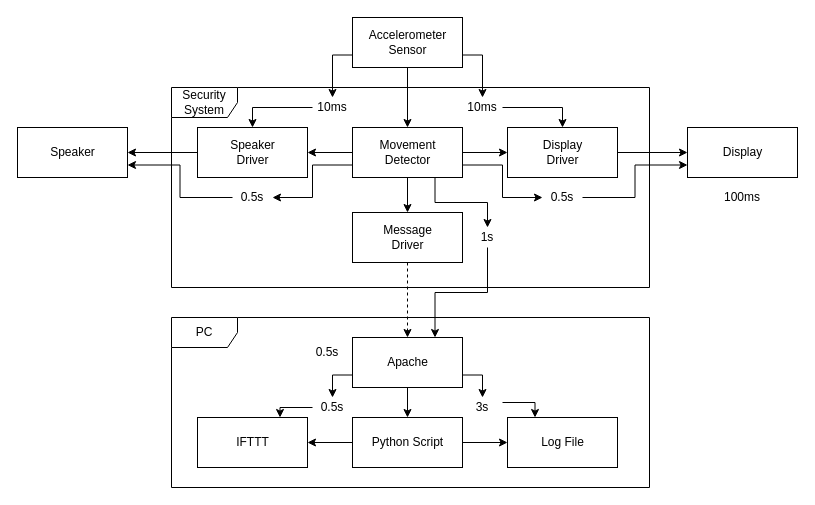
Before: Documents/Embedded Lab Project Block Diagram.drawio in LucasWagler/ECE-371-Project, a draw.io diagram. Source tidied: cells renumbered, new cells numbered last; positions are measured from the earlier drawing's top-left corner, leaving out a move shared by most shapes. Both pictures are drawn from the tidied source at 100%, with x=0, y=0 at pixel (17, 17).
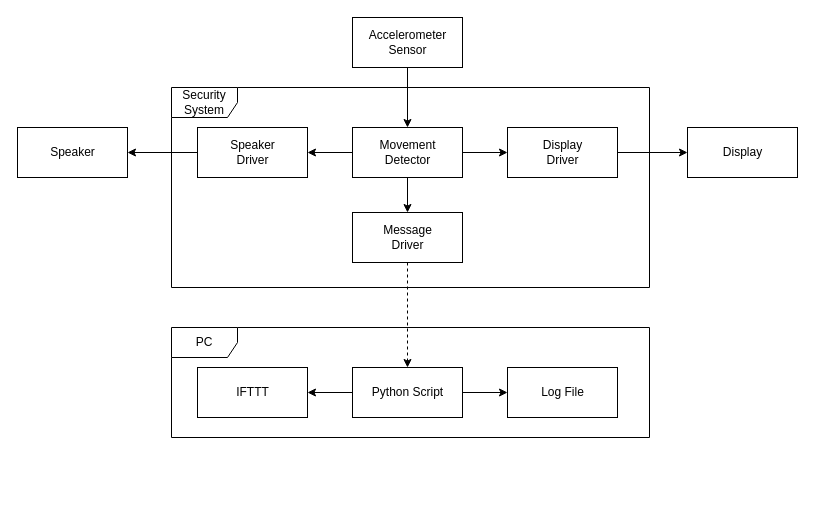
Above is the later version.

The change refers to these unchanged cells:
```xml
<mxCell id="5" value="Display&lt;br&gt;Driver" style="html=1;" parent="1" vertex="1">
  <mxGeometry x="490" y="110" width="110" height="50" as="geometry" />
</mxCell>
<mxCell id="12" value="Movement&lt;br&gt;Detector" style="html=1;" parent="1" vertex="1">
  <mxGeometry x="335" y="110" width="110" height="50" as="geometry" />
</mxCell>
<mxCell id="14" value="Speaker&lt;br&gt;Driver" style="html=1;" parent="1" vertex="1">
  <mxGeometry x="180" y="110" width="110" height="50" as="geometry" />
</mxCell>
<mxCell id="16" value="Message&lt;br&gt;Driver" style="html=1;" parent="1" vertex="1">
  <mxGeometry x="335" y="195" width="110" height="50" as="geometry" />
</mxCell>
<mxCell id="17" value="Display" style="html=1;" parent="1" vertex="1">
  <mxGeometry x="670" y="110" width="110" height="50" as="geometry" />
</mxCell>
<mxCell id="18" value="Speaker" style="html=1;" parent="1" vertex="1">
  <mxGeometry y="110" width="110" height="50" as="geometry" />
</mxCell>
<mxCell id="31" value="Accelerometer&lt;br&gt;Sensor" style="html=1;" parent="1" vertex="1">
  <mxGeometry x="335" width="110" height="50" as="geometry" />
</mxCell>
```

Diff of the diagram source:
```diff
@@
     <mxCell id="2" value="PC" style="shape=umlFrame;whiteSpace=wrap;html=1;width=66;height=30;" parent="1" vertex="1">
-      <mxGeometry x="154" y="300" width="478" height="170" as="geometry" />
+      <mxGeometry x="154" y="310" width="478" height="110" as="geometry" />
     </mxCell>
@@
-    <mxCell id="9" style="edgeStyle=orthogonalEdgeStyle;rounded=0;jettySize=auto;html=1;exitX=0;exitY=0.75;exitDx=0;exitDy=0;entryX=1;entryY=0.5;entryDx=0;entryDy=0;" parent="1" edge="1" source="12" target="37">
-      <mxGeometry relative="1" as="geometry" />
-    </mxCell>
-    <mxCell id="10" style="edgeStyle=orthogonalEdgeStyle;rounded=0;jettySize=auto;html=1;exitX=1;exitY=0.75;exitDx=0;exitDy=0;entryX=0;entryY=0.5;entryDx=0;entryDy=0;" parent="1" edge="1" source="12" target="39">
-      <mxGeometry relative="1" as="geometry" />
-    </mxCell>
-    <mxCell id="11" style="edgeStyle=orthogonalEdgeStyle;rounded=0;jettySize=auto;html=1;exitX=0.75;exitY=1;exitDx=0;exitDy=0;entryX=0.5;entryY=0;entryDx=0;entryDy=0;" parent="1" edge="1" source="12" target="42">
-      <mxGeometry relative="1" as="geometry" />
-    </mxCell>
@@
-    <mxCell id="15" style="edgeStyle=orthogonalEdgeStyle;rounded=0;jettySize=auto;html=1;exitX=0.5;exitY=1;exitDx=0;exitDy=0;entryX=0.5;entryY=0;entryDx=0;entryDy=0;dashed=1;" parent="1" edge="1" source="16" target="22">
+    <mxCell id="15" style="edgeStyle=orthogonalEdgeStyle;rounded=0;jettySize=auto;html=1;exitX=0.5;exitY=1;exitDx=0;exitDy=0;entryX=0.5;entryY=0;entryDx=0;entryDy=0;dashed=1;" parent="1" edge="1" source="16" target="25">
       <mxGeometry relative="1" as="geometry" />
     </mxCell>
@@
-    <mxCell id="19" style="edgeStyle=orthogonalEdgeStyle;rounded=0;jettySize=auto;html=1;exitX=0.5;exitY=1;exitDx=0;exitDy=0;entryX=0.5;entryY=0;entryDx=0;entryDy=0;" parent="1" edge="1" source="22" target="25">
-      <mxGeometry relative="1" as="geometry" />
-    </mxCell>
-    <mxCell id="20" style="edgeStyle=orthogonalEdgeStyle;rounded=0;jettySize=auto;html=1;exitX=1;exitY=0.75;exitDx=0;exitDy=0;entryX=0.5;entryY=0;entryDx=0;entryDy=0;" parent="1" edge="1" source="22" target="44">
-      <mxGeometry relative="1" as="geometry" />
-    </mxCell>
-    <mxCell id="21" style="edgeStyle=orthogonalEdgeStyle;rounded=0;jettySize=auto;html=1;exitX=0;exitY=0.75;exitDx=0;exitDy=0;entryX=0.5;entryY=0;entryDx=0;entryDy=0;" parent="1" edge="1" source="22" target="47">
-      <mxGeometry relative="1" as="geometry" />
-    </mxCell>
-    <mxCell id="22" value="Apache" style="html=1;" parent="1" vertex="1">
-      <mxGeometry x="335" y="320" width="110" height="50" as="geometry" />
-    </mxCell>
@@
     <mxCell id="25" value="Python Script" style="html=1;" parent="1" vertex="1">
-      <mxGeometry x="335" y="400" width="110" height="50" as="geometry" />
+      <mxGeometry x="335" y="350" width="110" height="50" as="geometry" />
     </mxCell>
     <mxCell id="26" value="IFTTT" style="html=1;" parent="1" vertex="1">
-      <mxGeometry x="180" y="400" width="110" height="50" as="geometry" />
+      <mxGeometry x="180" y="350" width="110" height="50" as="geometry" />
     </mxCell>
     <mxCell id="27" value="Log File" style="html=1;" parent="1" vertex="1">
-      <mxGeometry x="490" y="400" width="110" height="50" as="geometry" />
+      <mxGeometry x="490" y="350" width="110" height="50" as="geometry" />
     </mxCell>
@@
-    <mxCell id="29" style="edgeStyle=orthogonalEdgeStyle;rounded=0;jettySize=auto;html=1;exitX=1;exitY=0.75;exitDx=0;exitDy=0;entryX=0.5;entryY=0;entryDx=0;entryDy=0;" parent="1" edge="1" source="31" target="33">
-      <mxGeometry relative="1" as="geometry" />
-    </mxCell>
-    <mxCell id="30" style="edgeStyle=orthogonalEdgeStyle;rounded=0;jettySize=auto;html=1;exitX=0;exitY=0.75;exitDx=0;exitDy=0;entryX=0.5;entryY=0;entryDx=0;entryDy=0;" parent="1" edge="1" source="31" target="35">
-      <mxGeometry relative="1" as="geometry" />
-    </mxCell>
@@
-    <mxCell id="32" style="edgeStyle=orthogonalEdgeStyle;rounded=0;jettySize=auto;html=1;exitX=1;exitY=0.5;exitDx=0;exitDy=0;entryX=0.5;entryY=0;entryDx=0;entryDy=0;" parent="1" edge="1" source="33" target="5">
-      <mxGeometry relative="1" as="geometry" />
-    </mxCell>
-    <mxCell id="33" value="10ms" style="text;html=1;strokeColor=none;fillColor=none;align=center;verticalAlign=middle;whiteSpace=wrap;rounded=0;" parent="1" vertex="1">
-      <mxGeometry x="445" y="80" width="40" height="20" as="geometry" />
-    </mxCell>
-    <mxCell id="34" style="edgeStyle=orthogonalEdgeStyle;rounded=0;jettySize=auto;html=1;exitX=0;exitY=0.5;exitDx=0;exitDy=0;entryX=0.5;entryY=0;entryDx=0;entryDy=0;" parent="1" edge="1" source="35" target="14">
-      <mxGeometry relative="1" as="geometry" />
-    </mxCell>
-    <mxCell id="35" value="10ms" style="text;html=1;strokeColor=none;fillColor=none;align=center;verticalAlign=middle;whiteSpace=wrap;rounded=0;" parent="1" vertex="1">
-      <mxGeometry x="295" y="80" width="40" height="20" as="geometry" />
-    </mxCell>
-    <mxCell id="36" style="edgeStyle=orthogonalEdgeStyle;rounded=0;jettySize=auto;html=1;exitX=0;exitY=0.5;exitDx=0;exitDy=0;entryX=1;entryY=0.75;entryDx=0;entryDy=0;" parent="1" edge="1" source="37" target="18">
-      <mxGeometry relative="1" as="geometry" />
-    </mxCell>
-    <mxCell id="37" value="0.5s" style="text;html=1;strokeColor=none;fillColor=none;align=center;verticalAlign=middle;whiteSpace=wrap;rounded=0;" parent="1" vertex="1">
-      <mxGeometry x="215" y="170" width="40" height="20" as="geometry" />
-    </mxCell>
-    <mxCell id="38" style="edgeStyle=orthogonalEdgeStyle;rounded=0;jettySize=auto;html=1;exitX=1;exitY=0.5;exitDx=0;exitDy=0;entryX=0;entryY=0.75;entryDx=0;entryDy=0;" parent="1" edge="1" source="39" target="17">
-      <mxGeometry relative="1" as="geometry" />
-    </mxCell>
-    <mxCell id="39" value="0.5s" style="text;html=1;strokeColor=none;fillColor=none;align=center;verticalAlign=middle;whiteSpace=wrap;rounded=0;" parent="1" vertex="1">
-      <mxGeometry x="525" y="170" width="40" height="20" as="geometry" />
-    </mxCell>
-    <mxCell id="40" value="100ms" style="text;html=1;strokeColor=none;fillColor=none;align=center;verticalAlign=middle;whiteSpace=wrap;rounded=0;" parent="1" vertex="1">
-      <mxGeometry x="705" y="170" width="40" height="20" as="geometry" />
-    </mxCell>
-    <mxCell id="41" style="edgeStyle=orthogonalEdgeStyle;rounded=0;jettySize=auto;html=1;exitX=0.5;exitY=1;exitDx=0;exitDy=0;entryX=0.75;entryY=0;entryDx=0;entryDy=0;" parent="1" edge="1" source="42" target="22">
-      <mxGeometry relative="1" as="geometry" />
-    </mxCell>
-    <mxCell id="42" value="1s" style="text;html=1;strokeColor=none;fillColor=none;align=center;verticalAlign=middle;whiteSpace=wrap;rounded=0;" parent="1" vertex="1">
-      <mxGeometry x="450" y="210" width="40" height="20" as="geometry" />
-    </mxCell>
-    <mxCell id="43" style="edgeStyle=orthogonalEdgeStyle;rounded=0;jettySize=auto;html=1;exitX=1;exitY=0.25;exitDx=0;exitDy=0;entryX=0.25;entryY=0;entryDx=0;entryDy=0;" parent="1" edge="1" source="44" target="27">
-      <mxGeometry relative="1" as="geometry" />
-    </mxCell>
-    <mxCell id="44" value="3s" style="text;html=1;strokeColor=none;fillColor=none;align=center;verticalAlign=middle;whiteSpace=wrap;rounded=0;" parent="1" vertex="1">
-      <mxGeometry x="445" y="380" width="40" height="20" as="geometry" />
-    </mxCell>
-    <mxCell id="45" value="0.5s" style="text;html=1;strokeColor=none;fillColor=none;align=center;verticalAlign=middle;whiteSpace=wrap;rounded=0;" parent="1" vertex="1">
-      <mxGeometry x="290" y="325" width="40" height="20" as="geometry" />
-    </mxCell>
-    <mxCell id="46" style="edgeStyle=orthogonalEdgeStyle;rounded=0;jettySize=auto;html=1;exitX=0;exitY=0.5;exitDx=0;exitDy=0;entryX=0.75;entryY=0;entryDx=0;entryDy=0;" parent="1" edge="1" source="47" target="26">
-      <mxGeometry relative="1" as="geometry" />
-    </mxCell>
-    <mxCell id="47" value="0.5s" style="text;html=1;strokeColor=none;fillColor=none;align=center;verticalAlign=middle;whiteSpace=wrap;rounded=0;" parent="1" vertex="1">
-      <mxGeometry x="295" y="380" width="40" height="20" as="geometry" />
-    </mxCell>
```
